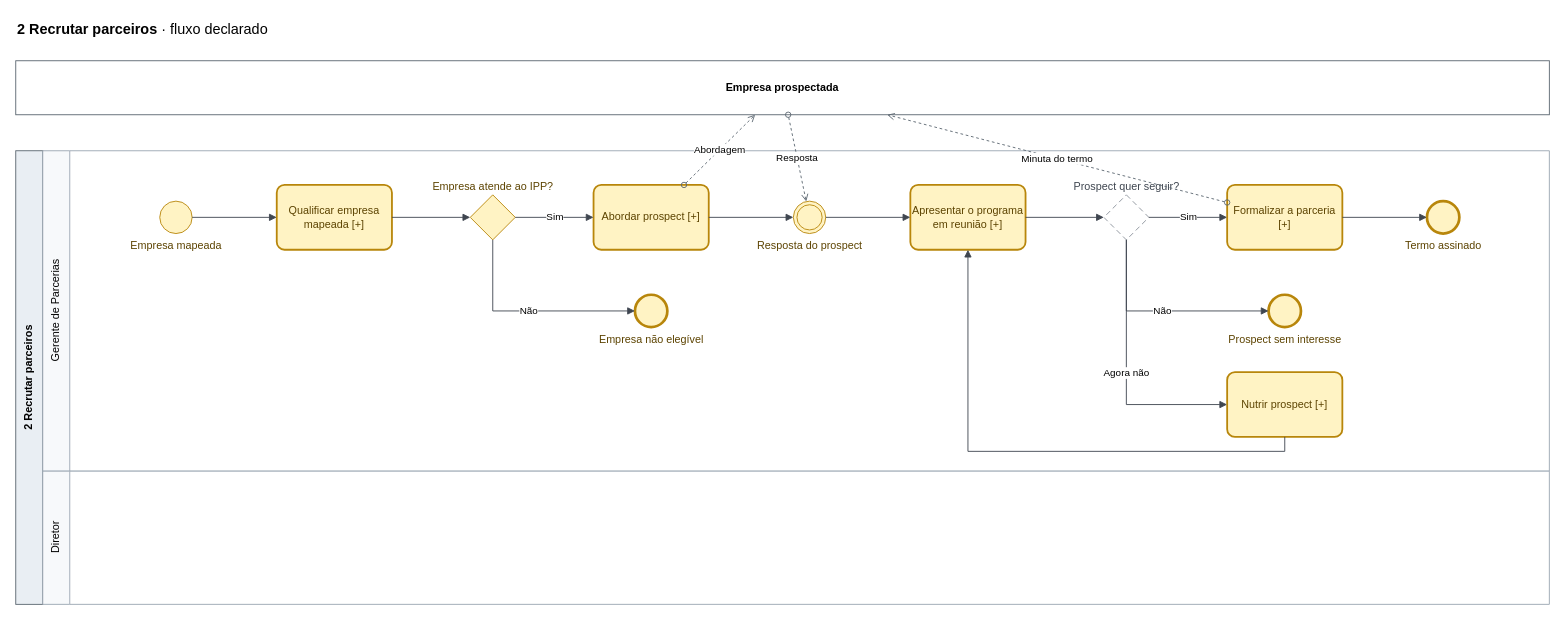
The draw.io diagram page "2 Recrutar parceiros" (3 of 7) of mapeamentos/wise-partners/saidas/mapa.drawio in Guilherme-MFaccin/Wise-Partners, before the edit. Source tidied: cells renumbered, new cells numbered last; positions are measured from the earlier drawing's top-left corner, leaving out a move shared by most shapes. Both pictures are drawn from the tidied source at 90%, with x=0, y=0 at pixel (15, 15).
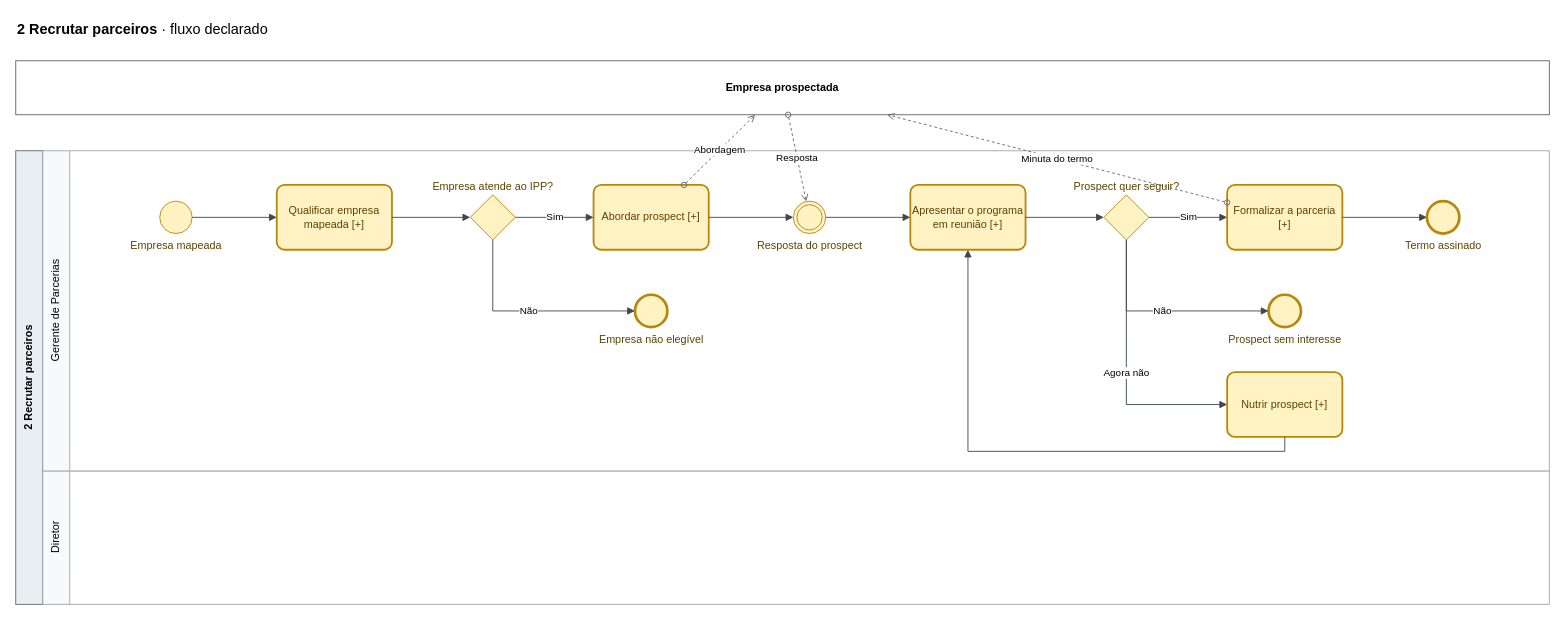
Above is the later version.

Diff of the diagram source:
```diff
@@
-    <mxCell id="13" value="Prospect quer seguir?" style="rhombus;html=1;fillColor=#FFFFFF;strokeColor=#8A9099;fontColor=#3F4650;dashed=1;dashPattern=6 4;verticalLabelPosition=top;verticalAlign=bottom;labelPosition=center;align=center;" parent="1" vertex="1">
+    <mxCell id="13" value="Prospect quer seguir?" style="rhombus;html=1;fillColor=#FFF3C4;strokeColor=#B8860B;fontColor=#5C4300;verticalLabelPosition=top;verticalAlign=bottom;labelPosition=center;align=center;" parent="1" vertex="1">
       <mxGeometry x="1209" y="199" width="50" height="50" as="geometry" />
     </mxCell>
```
